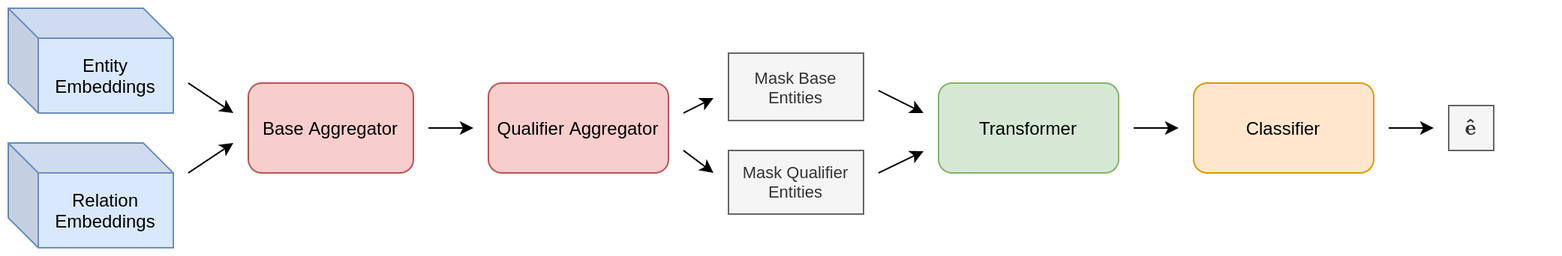
HarryShomer/QUAD keeps this draw.io diagram as imgs/hyper-framework.png. Above is the earlier version. Source tidied: cells renumbered, new cells last; positions are measured from the earlier drawing's top-left corner, leaving out a move shared by most shapes. Its diagram source:
```xml
<mxGraphModel math="1">
  <root>
    <mxCell id="0" />
    <mxCell id="1" parent="0" />
    <mxCell id="2" style="edgeStyle=orthogonalEdgeStyle;rounded=0;orthogonalLoop=1;jettySize=auto;html=1;" parent="1" edge="1">
      <mxGeometry relative="1" as="geometry">
        <mxPoint x="280" y="80" as="sourcePoint" />
        <mxPoint x="310" y="79.5" as="targetPoint" />
      </mxGeometry>
    </mxCell>
    <mxCell id="3" value="Base Aggregator" style="rounded=1;whiteSpace=wrap;html=1;fillColor=#f8cecc;strokeColor=#b85450;" parent="1" vertex="1">
      <mxGeometry x="160" y="50" width="110" height="60" as="geometry" />
    </mxCell>
    <mxCell id="4" value="Qualifier Aggregator" style="rounded=1;whiteSpace=wrap;html=1;fillColor=#f8cecc;strokeColor=#b85450;" parent="1" vertex="1">
      <mxGeometry x="320" y="50" width="120" height="60" as="geometry" />
    </mxCell>
    <mxCell id="5" value="Transformer" style="rounded=1;whiteSpace=wrap;html=1;fillColor=#d5e8d4;strokeColor=#82b366;" parent="1" vertex="1">
      <mxGeometry x="620" y="50" width="120" height="60" as="geometry" />
    </mxCell>
    <mxCell id="6" value="Entity Embeddings" style="shape=cube;whiteSpace=wrap;html=1;boundedLbl=1;backgroundOutline=1;darkOpacity=0.05;darkOpacity2=0.1;fillColor=#dae8fc;strokeColor=#6c8ebf;" parent="1" vertex="1">
      <mxGeometry width="110" height="70" as="geometry" />
    </mxCell>
    <mxCell id="7" value="Relation Embeddings" style="shape=cube;whiteSpace=wrap;html=1;boundedLbl=1;backgroundOutline=1;darkOpacity=0.05;darkOpacity2=0.1;fillColor=#dae8fc;strokeColor=#6c8ebf;" parent="1" vertex="1">
      <mxGeometry y="90" width="110" height="70" as="geometry" />
    </mxCell>
    <mxCell id="8" style="endArrow=classic;html=1;" parent="1" edge="1">
      <mxGeometry relative="1" as="geometry">
        <mxPoint x="120" y="110" as="sourcePoint" />
        <mxPoint x="150" y="90" as="targetPoint" />
      </mxGeometry>
    </mxCell>
    <mxCell id="9" style="endArrow=classic;html=1;" parent="1" edge="1">
      <mxGeometry relative="1" as="geometry">
        <mxPoint x="120" y="50" as="sourcePoint" />
        <mxPoint x="150" y="70" as="targetPoint" />
      </mxGeometry>
    </mxCell>
    <mxCell id="10" style="endArrow=classic;html=1;" parent="1" edge="1">
      <mxGeometry relative="1" as="geometry">
        <mxPoint x="450" y="95" as="sourcePoint" />
        <mxPoint x="470" y="110" as="targetPoint" />
      </mxGeometry>
    </mxCell>
    <mxCell id="11" style="endArrow=classic;html=1;" parent="1" edge="1">
      <mxGeometry relative="1" as="geometry">
        <mxPoint x="450" y="70" as="sourcePoint" />
        <mxPoint x="470" y="60" as="targetPoint" />
      </mxGeometry>
    </mxCell>
    <mxCell id="12" value="Classifier" style="rounded=1;whiteSpace=wrap;html=1;fillColor=#ffe6cc;strokeColor=#d79b00;" parent="1" vertex="1">
      <mxGeometry x="790" y="50" width="120" height="60" as="geometry" />
    </mxCell>
    <mxCell id="13" value="$$\mathbf{\hat{e}}$$" style="whiteSpace=wrap;html=1;fillColor=#f5f5f5;strokeColor=#666666;fontColor=#333333;" parent="1" vertex="1">
      <mxGeometry x="960" y="65" width="30" height="30" as="geometry" />
    </mxCell>
    <mxCell id="14" style="endArrow=classic;html=1;" parent="1" edge="1">
      <mxGeometry relative="1" as="geometry">
        <mxPoint x="580" y="55" as="sourcePoint" />
        <mxPoint x="610" y="70" as="targetPoint" />
      </mxGeometry>
    </mxCell>
    <mxCell id="15" style="endArrow=classic;html=1;" parent="1" edge="1">
      <mxGeometry relative="1" as="geometry">
        <mxPoint x="580" y="110" as="sourcePoint" />
        <mxPoint x="610" y="95.5" as="targetPoint" />
      </mxGeometry>
    </mxCell>
    <mxCell id="16" style="edgeStyle=orthogonalEdgeStyle;rounded=0;orthogonalLoop=1;jettySize=auto;html=1;" parent="1" edge="1">
      <mxGeometry relative="1" as="geometry">
        <mxPoint x="750" y="80" as="sourcePoint" />
        <mxPoint x="780" y="79.5" as="targetPoint" />
      </mxGeometry>
    </mxCell>
    <mxCell id="17" style="edgeStyle=orthogonalEdgeStyle;rounded=0;orthogonalLoop=1;jettySize=auto;html=1;" parent="1" edge="1">
      <mxGeometry relative="1" as="geometry">
        <mxPoint x="920" y="80" as="sourcePoint" />
        <mxPoint x="950" y="79.5" as="targetPoint" />
      </mxGeometry>
    </mxCell>
    <mxCell id="18" value="Mask Base Entities" style="rounded=0;whiteSpace=wrap;html=1;fontSize=11;fillColor=#f5f5f5;strokeColor=#666666;fontColor=#333333;" parent="1" vertex="1">
      <mxGeometry x="480" y="30" width="90" height="45" as="geometry" />
    </mxCell>
    <mxCell id="19" value="Mask Qualifier Entities" style="rounded=0;whiteSpace=wrap;html=1;fontSize=11;fillColor=#f5f5f5;strokeColor=#666666;fontColor=#333333;" parent="1" vertex="1">
      <mxGeometry x="480" y="95" width="90" height="42.5" as="geometry" />
    </mxCell>
  </root>
</mxGraphModel>
```
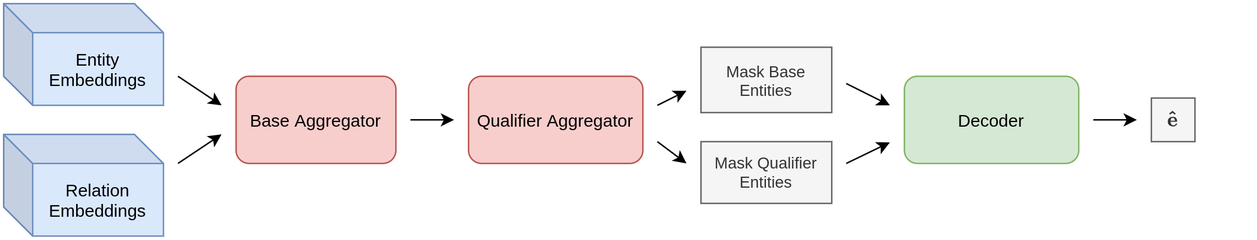
The same file after the commit.

What changed in the source:
```diff
@@ -8,19 +8,19 @@
         <mxPoint x="310" y="79.5" as="targetPoint" />
       </mxGeometry>
     </mxCell>
-    <mxCell id="3" value="Base Aggregator" style="rounded=1;whiteSpace=wrap;html=1;fillColor=#f8cecc;strokeColor=#b85450;" parent="1" vertex="1">
+    <mxCell id="3" value="Base Aggregator" style="rounded=1;whiteSpace=wrap;html=1;fillColor=#f8cecc;strokeColor=#b85450;fontStyle=0;" parent="1" vertex="1">
       <mxGeometry x="160" y="50" width="110" height="60" as="geometry" />
     </mxCell>
-    <mxCell id="4" value="Qualifier Aggregator" style="rounded=1;whiteSpace=wrap;html=1;fillColor=#f8cecc;strokeColor=#b85450;" parent="1" vertex="1">
+    <mxCell id="4" value="Qualifier Aggregator" style="rounded=1;whiteSpace=wrap;html=1;fillColor=#f8cecc;strokeColor=#b85450;fontStyle=0;" parent="1" vertex="1">
       <mxGeometry x="320" y="50" width="120" height="60" as="geometry" />
     </mxCell>
-    <mxCell id="5" value="Transformer" style="rounded=1;whiteSpace=wrap;html=1;fillColor=#d5e8d4;strokeColor=#82b366;" parent="1" vertex="1">
+    <mxCell id="5" value="Decoder" style="rounded=1;whiteSpace=wrap;html=1;fillColor=#d5e8d4;strokeColor=#82b366;fontStyle=0;" parent="1" vertex="1">
       <mxGeometry x="620" y="50" width="120" height="60" as="geometry" />
     </mxCell>
-    <mxCell id="6" value="Entity Embeddings" style="shape=cube;whiteSpace=wrap;html=1;boundedLbl=1;backgroundOutline=1;darkOpacity=0.05;darkOpacity2=0.1;fillColor=#dae8fc;strokeColor=#6c8ebf;" parent="1" vertex="1">
+    <mxCell id="6" value="Entity Embeddings" style="shape=cube;whiteSpace=wrap;html=1;boundedLbl=1;backgroundOutline=1;darkOpacity=0.05;darkOpacity2=0.1;fillColor=#dae8fc;strokeColor=#6c8ebf;fontStyle=0;" parent="1" vertex="1">
       <mxGeometry width="110" height="70" as="geometry" />
     </mxCell>
-    <mxCell id="7" value="Relation Embeddings" style="shape=cube;whiteSpace=wrap;html=1;boundedLbl=1;backgroundOutline=1;darkOpacity=0.05;darkOpacity2=0.1;fillColor=#dae8fc;strokeColor=#6c8ebf;" parent="1" vertex="1">
+    <mxCell id="7" value="Relation Embeddings" style="shape=cube;whiteSpace=wrap;html=1;boundedLbl=1;backgroundOutline=1;darkOpacity=0.05;darkOpacity2=0.1;fillColor=#dae8fc;strokeColor=#6c8ebf;fontStyle=0;" parent="1" vertex="1">
       <mxGeometry y="90" width="110" height="70" as="geometry" />
     </mxCell>
     <mxCell id="8" style="endArrow=classic;html=1;" parent="1" edge="1">
@@ -47,11 +47,8 @@
         <mxPoint x="470" y="60" as="targetPoint" />
       </mxGeometry>
     </mxCell>
-    <mxCell id="12" value="Classifier" style="rounded=1;whiteSpace=wrap;html=1;fillColor=#ffe6cc;strokeColor=#d79b00;" parent="1" vertex="1">
-      <mxGeometry x="790" y="50" width="120" height="60" as="geometry" />
-    </mxCell>
-    <mxCell id="13" value="$$\mathbf{\hat{e}}$$" style="whiteSpace=wrap;html=1;fillColor=#f5f5f5;strokeColor=#666666;fontColor=#333333;" parent="1" vertex="1">
-      <mxGeometry x="960" y="65" width="30" height="30" as="geometry" />
+    <mxCell id="13" value="$$\mathbf{\hat{e}}$$" style="whiteSpace=wrap;html=1;fillColor=#f5f5f5;strokeColor=#666666;fontColor=#333333;fontStyle=0;" parent="1" vertex="1">
+      <mxGeometry x="790" y="65" width="30" height="30" as="geometry" />
     </mxCell>
     <mxCell id="14" style="endArrow=classic;html=1;" parent="1" edge="1">
       <mxGeometry relative="1" as="geometry">
@@ -71,16 +68,10 @@
         <mxPoint x="780" y="79.5" as="targetPoint" />
       </mxGeometry>
     </mxCell>
-    <mxCell id="17" style="edgeStyle=orthogonalEdgeStyle;rounded=0;orthogonalLoop=1;jettySize=auto;html=1;" parent="1" edge="1">
-      <mxGeometry relative="1" as="geometry">
-        <mxPoint x="920" y="80" as="sourcePoint" />
-        <mxPoint x="950" y="79.5" as="targetPoint" />
-      </mxGeometry>
-    </mxCell>
-    <mxCell id="18" value="Mask Base Entities" style="rounded=0;whiteSpace=wrap;html=1;fontSize=11;fillColor=#f5f5f5;strokeColor=#666666;fontColor=#333333;" parent="1" vertex="1">
+    <mxCell id="18" value="Mask Base Entities" style="rounded=0;whiteSpace=wrap;html=1;fontSize=11;fillColor=#f5f5f5;strokeColor=#666666;fontColor=#333333;fontStyle=0;" parent="1" vertex="1">
       <mxGeometry x="480" y="30" width="90" height="45" as="geometry" />
     </mxCell>
-    <mxCell id="19" value="Mask Qualifier Entities" style="rounded=0;whiteSpace=wrap;html=1;fontSize=11;fillColor=#f5f5f5;strokeColor=#666666;fontColor=#333333;" parent="1" vertex="1">
+    <mxCell id="19" value="Mask Qualifier Entities" style="rounded=0;whiteSpace=wrap;html=1;fontSize=11;fillColor=#f5f5f5;strokeColor=#666666;fontColor=#333333;fontStyle=0;" parent="1" vertex="1">
       <mxGeometry x="480" y="95" width="90" height="42.5" as="geometry" />
     </mxCell>
   </root>
```
